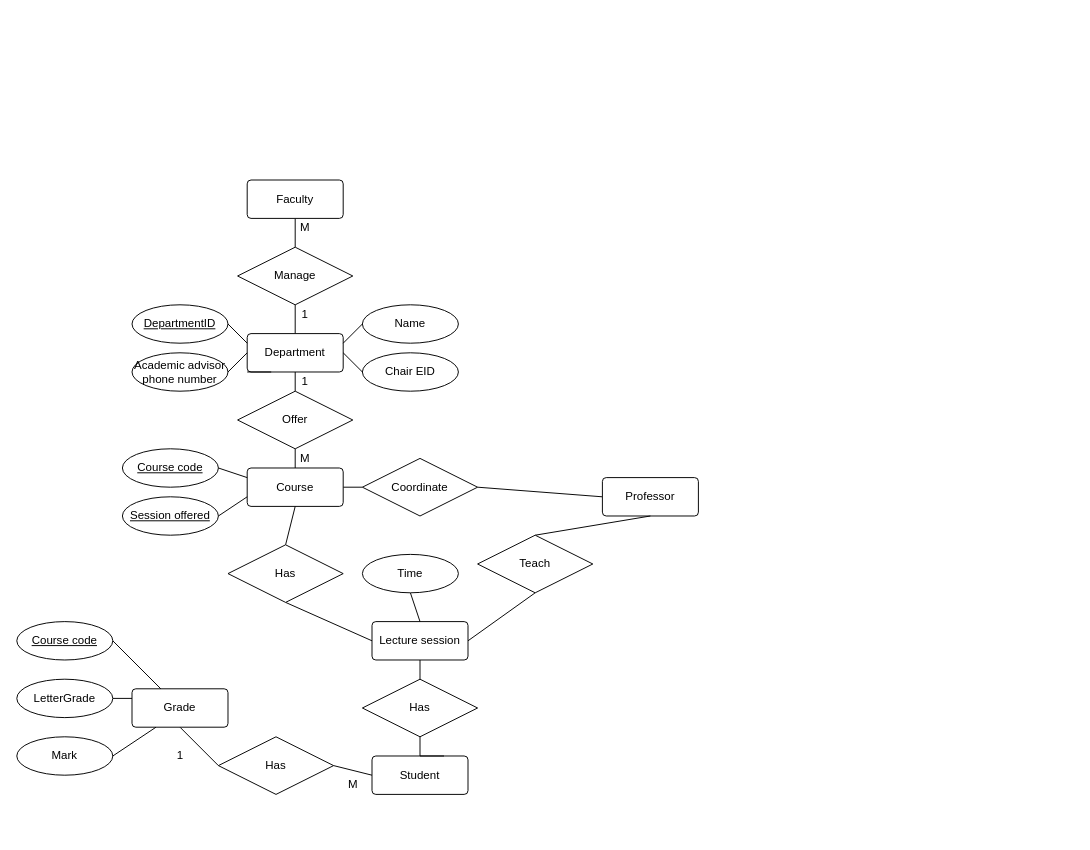
Earlier version of the draw.io diagram Untitled Diagram.drawio (ListenBuddy/CSC343LAB2). Source tidied: cells renumbered, new cells numbered last; positions are measured from the earlier drawing's top-left corner, leaving out a move shared by most shapes. Both pictures are drawn from the tidied source at 96%, with x=0, y=0 at pixel (16, 180).
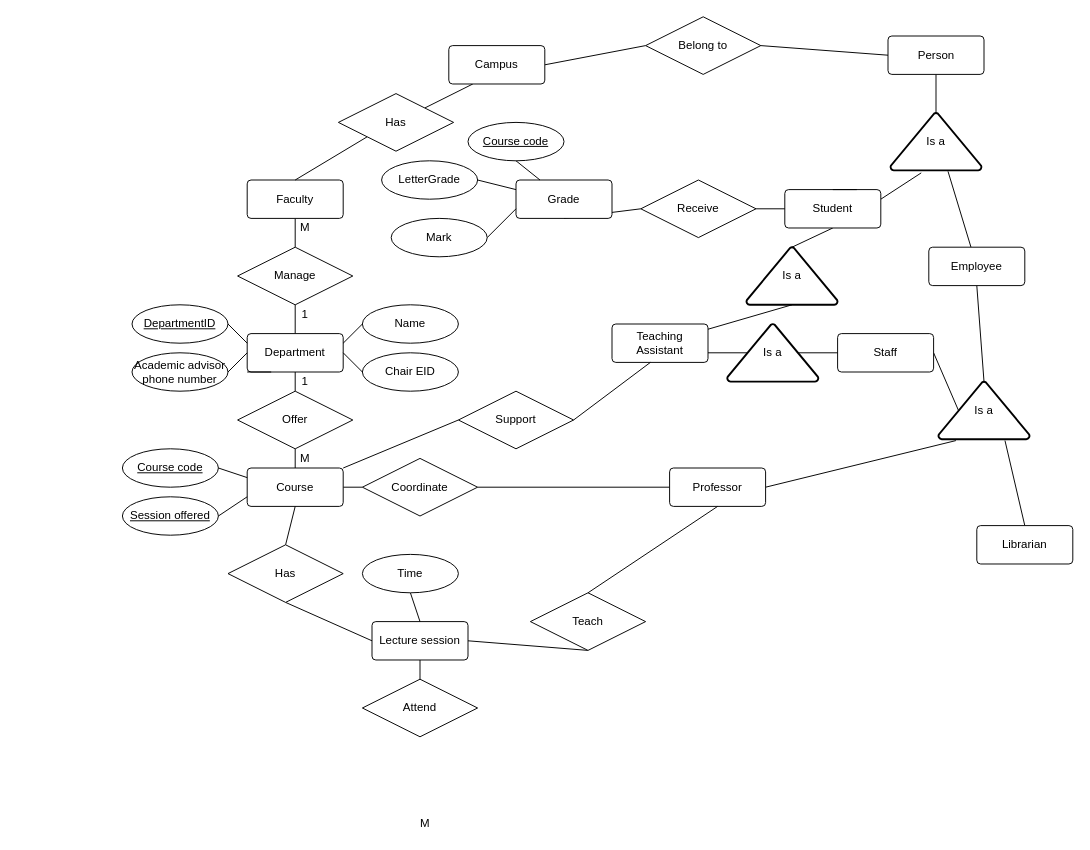
The same diagram, later.

The change refers to these unchanged cells:
```xml
<mxCell id="3" value="Faculty" style="rounded=1;arcSize=10;whiteSpace=wrap;html=1;align=center;" parent="1" vertex="1">
  <mxGeometry x="240" width="100" height="40" as="geometry" />
</mxCell>
<mxCell id="23" value="Course" style="rounded=1;arcSize=10;whiteSpace=wrap;html=1;align=center;" parent="1" vertex="1">
  <mxGeometry x="240" y="300" width="100" height="40" as="geometry" />
</mxCell>
```

The edit, as a diff of the source:
```diff
@@
+    <mxCell id="62" style="edgeStyle=none;rounded=0;jettySize=auto;html=1;exitX=1;exitY=0.5;exitDx=0;exitDy=0;entryX=0.192;entryY=1.024;entryDx=0;entryDy=0;entryPerimeter=0;startArrow=none;startFill=0;endArrow=none;endFill=0;" parent="1" edge="1" source="33" target="71">
+      <mxGeometry relative="1" as="geometry" />
+    </mxCell>
     <mxCell id="33" value="Professor" style="rounded=1;arcSize=10;whiteSpace=wrap;html=1;align=center;" parent="1" vertex="1">
-      <mxGeometry x="610" y="310" width="100" height="40" as="geometry" />
+      <mxGeometry x="680" y="300" width="100" height="40" as="geometry" />
     </mxCell>
@@
     <mxCell id="41" value="Teach" style="shape=rhombus;perimeter=rhombusPerimeter;whiteSpace=wrap;html=1;align=center;" parent="1" vertex="1">
-      <mxGeometry x="480" y="370" width="120" height="60" as="geometry" />
+      <mxGeometry x="535" y="430" width="120" height="60" as="geometry" />
     </mxCell>
@@
-    <mxCell id="45" style="edgeStyle=none;rounded=0;jettySize=auto;html=1;exitX=0.5;exitY=0;exitDx=0;exitDy=0;entryX=0.5;entryY=1;entryDx=0;entryDy=0;startArrow=none;startFill=0;endArrow=none;endFill=0;" parent="1" edge="1" source="46" target="53">
-      <mxGeometry relative="1" as="geometry" />
-    </mxCell>
+    <mxCell id="63" style="edgeStyle=none;rounded=0;jettySize=auto;html=1;exitX=0.5;exitY=1;exitDx=0;exitDy=0;entryX=0.5;entryY=0;entryDx=0;entryDy=0;entryPerimeter=0;startArrow=none;startFill=0;endArrow=none;endFill=0;" parent="1" edge="1" source="46" target="82">
+      <mxGeometry relative="1" as="geometry" />
+    </mxCell>
+    <mxCell id="64" style="edgeStyle=none;rounded=0;jettySize=auto;html=1;exitX=1;exitY=0.25;exitDx=0;exitDy=0;startArrow=none;startFill=0;endArrow=none;endFill=0;entryX=0.338;entryY=1.043;entryDx=0;entryDy=0;entryPerimeter=0;" parent="1" edge="1" source="46" target="68">
+      <mxGeometry relative="1" as="geometry" />
+    </mxCell>
     <mxCell id="46" value="Student" style="rounded=1;arcSize=10;whiteSpace=wrap;html=1;align=center;" parent="1" vertex="1">
-      <mxGeometry x="370" y="600" width="100" height="40" as="geometry" />
+      <mxGeometry x="800" y="10" width="100" height="40" as="geometry" />
     </mxCell>
@@
     <mxCell id="50" value="Grade" style="rounded=1;arcSize=10;whiteSpace=wrap;html=1;align=center;" parent="1" vertex="1">
-      <mxGeometry x="120" y="530" width="100" height="40" as="geometry" />
+      <mxGeometry x="520" width="100" height="40" as="geometry" />
     </mxCell>
@@
-    <mxCell id="52" value="Has" style="shape=rhombus;perimeter=rhombusPerimeter;whiteSpace=wrap;html=1;align=center;" parent="1" vertex="1">
-      <mxGeometry x="210" y="580" width="120" height="60" as="geometry" />
+    <mxCell id="52" value="Receive" style="shape=rhombus;perimeter=rhombusPerimeter;whiteSpace=wrap;html=1;align=center;" parent="1" vertex="1">
+      <mxGeometry x="650" width="120" height="60" as="geometry" />
     </mxCell>
-    <mxCell id="53" value="Has" style="shape=rhombus;perimeter=rhombusPerimeter;whiteSpace=wrap;html=1;align=center;" parent="1" vertex="1">
+    <mxCell id="53" value="Attend" style="shape=rhombus;perimeter=rhombusPerimeter;whiteSpace=wrap;html=1;align=center;" parent="1" vertex="1">
       <mxGeometry x="360" y="520" width="120" height="60" as="geometry" />
     </mxCell>
@@
     <mxCell id="55" value="LetterGrade" style="ellipse;whiteSpace=wrap;html=1;align=center;" parent="1" vertex="1">
-      <mxGeometry y="520" width="100" height="40" as="geometry" />
+      <mxGeometry x="380" y="-20" width="100" height="40" as="geometry" />
     </mxCell>
-    <mxCell id="56" style="edgeStyle=none;rounded=0;jettySize=auto;html=1;exitX=1;exitY=0.5;exitDx=0;exitDy=0;startArrow=none;startFill=0;endArrow=none;endFill=0;" parent="1" edge="1" source="57" target="50">
+    <mxCell id="56" style="edgeStyle=none;rounded=0;jettySize=auto;html=1;exitX=0.5;exitY=1;exitDx=0;exitDy=0;startArrow=none;startFill=0;endArrow=none;endFill=0;" parent="1" edge="1" source="57" target="50">
       <mxGeometry relative="1" as="geometry" />
     </mxCell>
     <mxCell id="57" value="Course code" style="ellipse;whiteSpace=wrap;html=1;align=center;fontStyle=4;" parent="1" vertex="1">
-      <mxGeometry y="460" width="100" height="40" as="geometry" />
+      <mxGeometry x="470" y="-60" width="100" height="40" as="geometry" />
     </mxCell>
-    <mxCell id="58" style="edgeStyle=none;rounded=0;jettySize=auto;html=1;exitX=1;exitY=0.5;exitDx=0;exitDy=0;entryX=0.25;entryY=1;entryDx=0;entryDy=0;startArrow=none;startFill=0;endArrow=none;endFill=0;" parent="1" edge="1" source="59" target="50">
+    <mxCell id="58" style="edgeStyle=none;rounded=0;jettySize=auto;html=1;exitX=1;exitY=0.5;exitDx=0;exitDy=0;startArrow=none;startFill=0;endArrow=none;endFill=0;entryX=0;entryY=0.75;entryDx=0;entryDy=0;" parent="1" edge="1" source="59" target="50">
       <mxGeometry relative="1" as="geometry" />
     </mxCell>
     <mxCell id="59" value="Mark" style="ellipse;whiteSpace=wrap;html=1;align=center;" parent="1" vertex="1">
-      <mxGeometry y="580" width="100" height="40" as="geometry" />
+      <mxGeometry x="390" y="40" width="100" height="40" as="geometry" />
     </mxCell>
     <mxCell id="60" value="M" style="text;html=1;align=center;verticalAlign=middle;" parent="1" vertex="1">
-      <mxGeometry x="335" y="620" width="30" height="20" as="geometry" />
+      <mxGeometry x="410" y="660" width="30" height="20" as="geometry" />
     </mxCell>
-    <mxCell id="61" value="1" style="text;html=1;align=center;verticalAlign=middle;" parent="1" vertex="1">
-      <mxGeometry x="160" y="590" width="20" height="20" as="geometry" />
-    </mxCell>
+    <mxCell id="65" style="edgeStyle=none;rounded=0;jettySize=auto;html=1;exitX=0.5;exitY=1;exitDx=0;exitDy=0;entryX=0.5;entryY=0;entryDx=0;entryDy=0;entryPerimeter=0;startArrow=none;startFill=0;endArrow=none;endFill=0;" parent="1" edge="1" source="66" target="68">
+      <mxGeometry relative="1" as="geometry" />
+    </mxCell>
+    <mxCell id="66" value="Person" style="rounded=1;arcSize=10;whiteSpace=wrap;html=1;align=center;" parent="1" vertex="1">
+      <mxGeometry x="907.5" y="-150" width="100" height="40" as="geometry" />
+    </mxCell>
+    <mxCell id="67" style="edgeStyle=none;rounded=0;jettySize=auto;html=1;startArrow=none;startFill=0;endArrow=none;endFill=0;" parent="1" edge="1" target="70">
+      <mxGeometry relative="1" as="geometry">
+        <mxPoint x="970" y="-9" as="sourcePoint" />
+      </mxGeometry>
+    </mxCell>
+    <mxCell id="68" value="Is a" style="strokeWidth=2;html=1;shape=mxgraph.flowchart.extract_or_measurement;whiteSpace=wrap;" parent="1" vertex="1">
+      <mxGeometry x="910" y="-70" width="95" height="60" as="geometry" />
+    </mxCell>
+    <mxCell id="69" style="edgeStyle=none;rounded=0;jettySize=auto;html=1;exitX=0.5;exitY=1;exitDx=0;exitDy=0;entryX=0.5;entryY=0;entryDx=0;entryDy=0;entryPerimeter=0;startArrow=none;startFill=0;endArrow=none;endFill=0;" parent="1" edge="1" source="70" target="71">
+      <mxGeometry relative="1" as="geometry" />
+    </mxCell>
+    <mxCell id="70" value="Employee" style="rounded=1;arcSize=10;whiteSpace=wrap;html=1;align=center;" parent="1" vertex="1">
+      <mxGeometry x="950" y="70" width="100" height="40" as="geometry" />
+    </mxCell>
+    <mxCell id="71" value="Is a" style="strokeWidth=2;html=1;shape=mxgraph.flowchart.extract_or_measurement;whiteSpace=wrap;" parent="1" vertex="1">
+      <mxGeometry x="960" y="210" width="95" height="60" as="geometry" />
+    </mxCell>
+    <mxCell id="72" style="edgeStyle=none;rounded=0;jettySize=auto;html=1;exitX=1;exitY=0.5;exitDx=0;exitDy=0;entryX=0.22;entryY=0.5;entryDx=0;entryDy=0;entryPerimeter=0;startArrow=none;startFill=0;endArrow=none;endFill=0;" parent="1" edge="1" source="73" target="71">
+      <mxGeometry relative="1" as="geometry" />
+    </mxCell>
+    <mxCell id="73" value="Staff" style="rounded=1;arcSize=10;whiteSpace=wrap;html=1;align=center;" parent="1" vertex="1">
+      <mxGeometry x="855" y="160" width="100" height="40" as="geometry" />
+    </mxCell>
+    <mxCell id="74" style="edgeStyle=none;rounded=0;jettySize=auto;html=1;exitX=0.78;exitY=0.5;exitDx=0;exitDy=0;exitPerimeter=0;entryX=0;entryY=0.5;entryDx=0;entryDy=0;startArrow=none;startFill=0;endArrow=none;endFill=0;" parent="1" edge="1" source="76" target="73">
+      <mxGeometry relative="1" as="geometry" />
+    </mxCell>
+    <mxCell id="75" style="edgeStyle=none;rounded=0;jettySize=auto;html=1;exitX=0.22;exitY=0.5;exitDx=0;exitDy=0;exitPerimeter=0;entryX=1;entryY=0.75;entryDx=0;entryDy=0;startArrow=none;startFill=0;endArrow=none;endFill=0;" parent="1" edge="1" source="76" target="79">
+      <mxGeometry relative="1" as="geometry" />
+    </mxCell>
+    <mxCell id="76" value="Is a" style="strokeWidth=2;html=1;shape=mxgraph.flowchart.extract_or_measurement;whiteSpace=wrap;" parent="1" vertex="1">
+      <mxGeometry x="740" y="150" width="95" height="60" as="geometry" />
+    </mxCell>
+    <mxCell id="77" style="edgeStyle=none;rounded=0;jettySize=auto;html=1;exitX=0.5;exitY=0;exitDx=0;exitDy=0;entryX=0.73;entryY=1.024;entryDx=0;entryDy=0;entryPerimeter=0;startArrow=none;startFill=0;endArrow=none;endFill=0;" parent="1" edge="1" source="78" target="71">
+      <mxGeometry relative="1" as="geometry" />
+    </mxCell>
+    <mxCell id="78" value="Librarian" style="rounded=1;arcSize=10;whiteSpace=wrap;html=1;align=center;" parent="1" vertex="1">
+      <mxGeometry x="1000" y="360" width="100" height="40" as="geometry" />
+    </mxCell>
+    <mxCell id="79" value="Teaching Assistant" style="rounded=1;arcSize=10;whiteSpace=wrap;html=1;align=center;" parent="1" vertex="1">
+      <mxGeometry x="620" y="150" width="100" height="40" as="geometry" />
+    </mxCell>
+    <mxCell id="80" style="edgeStyle=none;rounded=0;orthogonalLoop=1;jettySize=auto;html=1;exitX=0.5;exitY=1;exitDx=0;exitDy=0;startArrow=none;startFill=0;endArrow=none;endFill=0;" parent="1" edge="1" source="78" target="78">
+      <mxGeometry relative="1" as="geometry" />
+    </mxCell>
+    <mxCell id="81" style="edgeStyle=none;rounded=0;jettySize=auto;html=1;exitX=0.5;exitY=1;exitDx=0;exitDy=0;exitPerimeter=0;startArrow=none;startFill=0;endArrow=none;endFill=0;" parent="1" edge="1" source="82" target="79">
+      <mxGeometry relative="1" as="geometry" />
+    </mxCell>
+    <mxCell id="82" value="Is a" style="strokeWidth=2;html=1;shape=mxgraph.flowchart.extract_or_measurement;whiteSpace=wrap;" parent="1" vertex="1">
+      <mxGeometry x="760" y="70" width="95" height="60" as="geometry" />
+    </mxCell>
+    <mxCell id="83" style="edgeStyle=none;rounded=0;jettySize=auto;html=1;exitX=1;exitY=0.5;exitDx=0;exitDy=0;entryX=0.4;entryY=1;entryDx=0;entryDy=0;entryPerimeter=0;startArrow=none;startFill=0;endArrow=none;endFill=0;" parent="1" edge="1" source="85" target="79">
+      <mxGeometry relative="1" as="geometry" />
+    </mxCell>
+    <mxCell id="84" style="edgeStyle=none;rounded=0;jettySize=auto;html=1;exitX=0;exitY=0.5;exitDx=0;exitDy=0;entryX=1;entryY=0;entryDx=0;entryDy=0;startArrow=none;startFill=0;endArrow=none;endFill=0;" parent="1" edge="1" source="85" target="23">
+      <mxGeometry relative="1" as="geometry" />
+    </mxCell>
+    <mxCell id="85" value="Support" style="shape=rhombus;perimeter=rhombusPerimeter;whiteSpace=wrap;html=1;align=center;" parent="1" vertex="1">
+      <mxGeometry x="460" y="220" width="120" height="60" as="geometry" />
+    </mxCell>
+    <mxCell id="86" style="edgeStyle=none;rounded=0;jettySize=auto;html=1;exitX=0.25;exitY=1;exitDx=0;exitDy=0;startArrow=none;startFill=0;endArrow=none;endFill=0;" parent="1" edge="1" source="88" target="90">
+      <mxGeometry relative="1" as="geometry" />
+    </mxCell>
+    <mxCell id="87" style="edgeStyle=none;rounded=0;jettySize=auto;html=1;exitX=1;exitY=0.5;exitDx=0;exitDy=0;startArrow=none;startFill=0;endArrow=none;endFill=0;entryX=0;entryY=0.5;entryDx=0;entryDy=0;" parent="1" edge="1" source="88" target="92">
+      <mxGeometry relative="1" as="geometry" />
+    </mxCell>
+    <mxCell id="88" value="Campus" style="rounded=1;arcSize=10;whiteSpace=wrap;html=1;align=center;" parent="1" vertex="1">
+      <mxGeometry x="450" y="-140" width="100" height="40" as="geometry" />
+    </mxCell>
+    <mxCell id="89" style="edgeStyle=none;rounded=0;jettySize=auto;html=1;exitX=0;exitY=1;exitDx=0;exitDy=0;entryX=0.5;entryY=0;entryDx=0;entryDy=0;startArrow=none;startFill=0;endArrow=none;endFill=0;" parent="1" edge="1" source="90" target="3">
+      <mxGeometry relative="1" as="geometry" />
+    </mxCell>
+    <mxCell id="90" value="Has" style="shape=rhombus;perimeter=rhombusPerimeter;whiteSpace=wrap;html=1;align=center;" parent="1" vertex="1">
+      <mxGeometry x="335" y="-90" width="120" height="60" as="geometry" />
+    </mxCell>
+    <mxCell id="91" style="edgeStyle=none;rounded=0;jettySize=auto;html=1;exitX=1;exitY=0.5;exitDx=0;exitDy=0;entryX=0;entryY=0.5;entryDx=0;entryDy=0;startArrow=none;startFill=0;endArrow=none;endFill=0;" parent="1" edge="1" source="92" target="66">
+      <mxGeometry relative="1" as="geometry" />
+    </mxCell>
+    <mxCell id="92" value="Belong to" style="shape=rhombus;perimeter=rhombusPerimeter;whiteSpace=wrap;html=1;align=center;" parent="1" vertex="1">
+      <mxGeometry x="655" y="-170" width="120" height="60" as="geometry" />
+    </mxCell>
```
